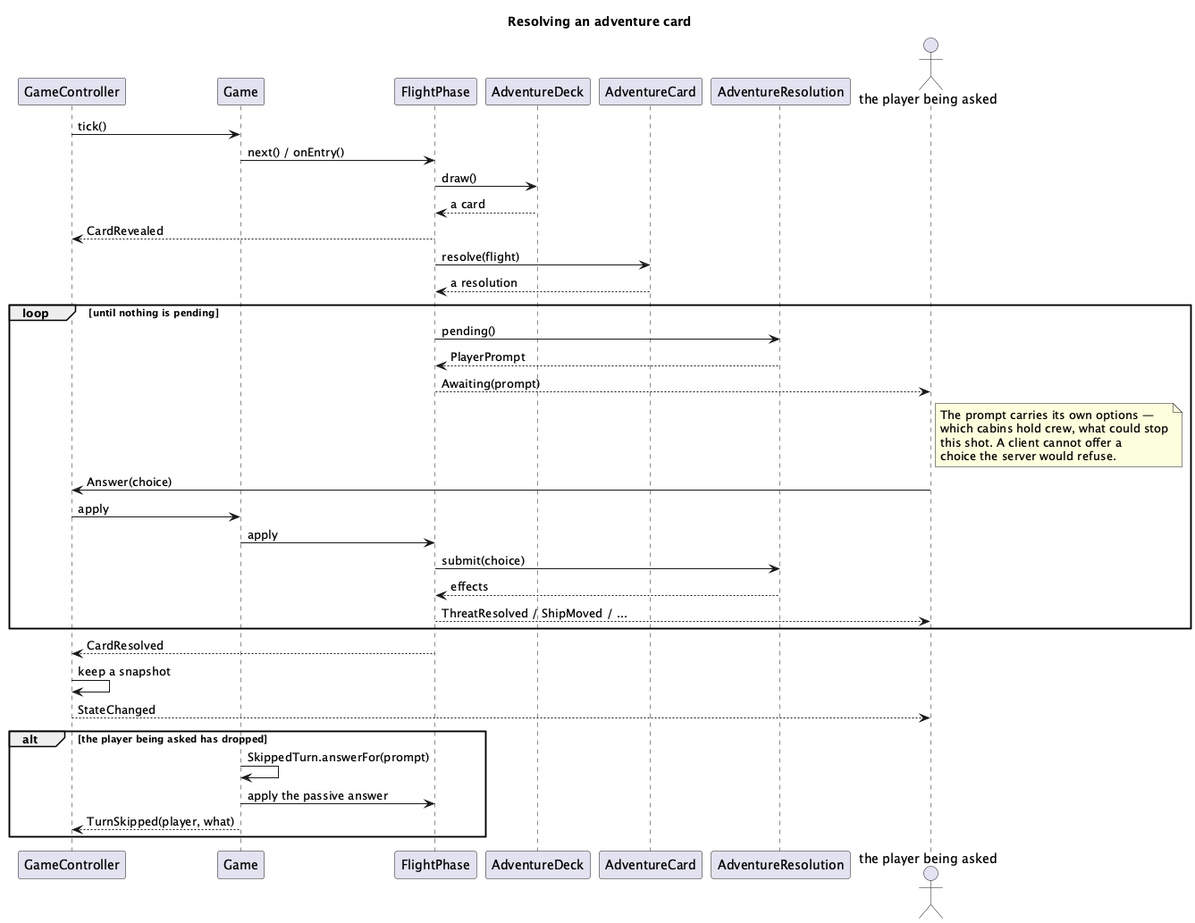
Before: docs/uml/high-level/05-card.png, a diagram exported from PlantUML (samuelesegrini/ing-sw-2025-segrini-terribile-varricchio-zanca).
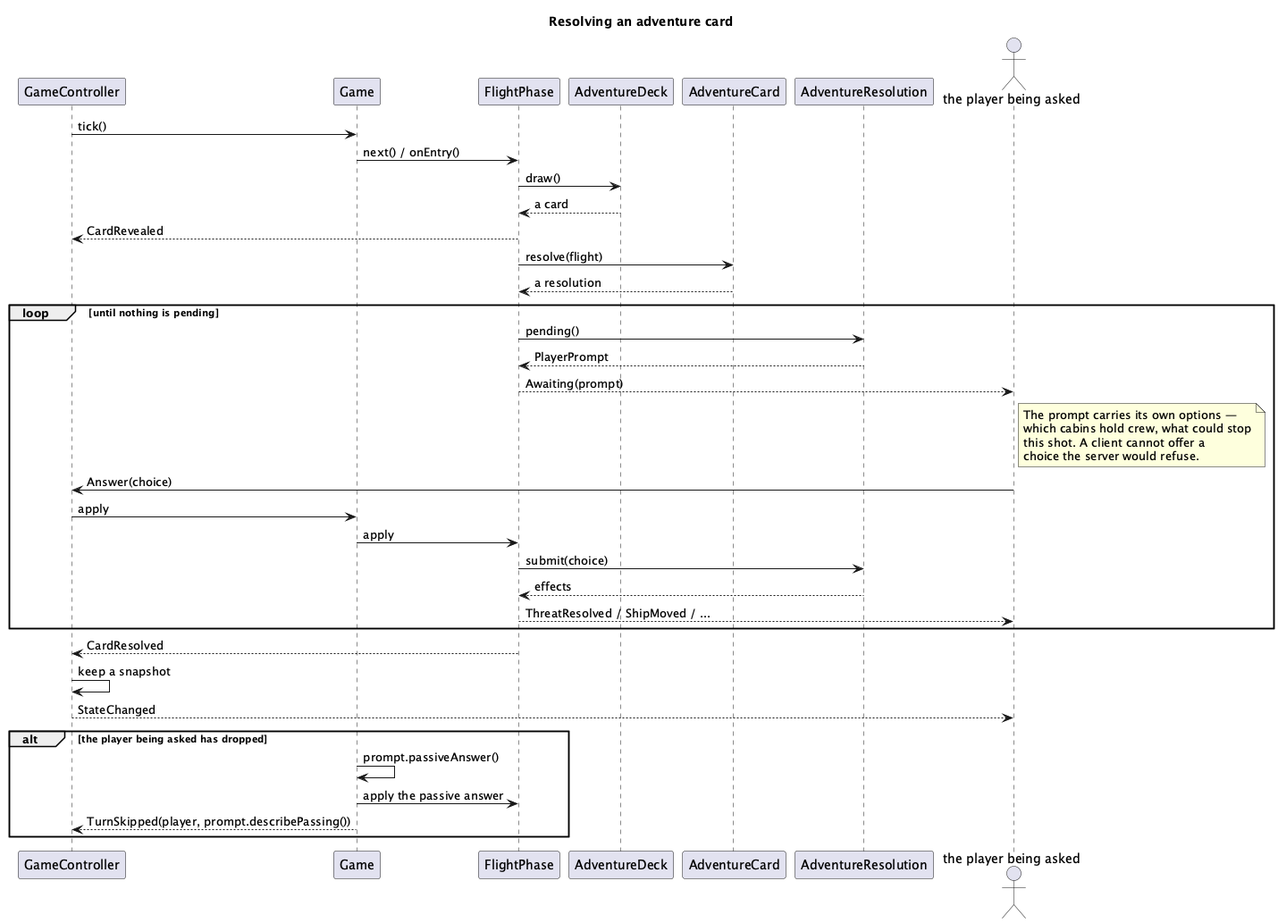
The same diagram one commit later.

What changed in the source:
```diff
@@ -41,8 +41,8 @@
 Controller --> Player : StateChanged
 
 alt the player being asked has dropped
-  Game -> Game : SkippedTurn.answerFor(prompt)
+  Game -> Game : prompt.passiveAnswer()
   Game -> Phase : apply the passive answer
-  Game --> Controller : TurnSkipped(player, what)
+  Game --> Controller : TurnSkipped(player, prompt.describePassing())
 end
 @enduml
```
